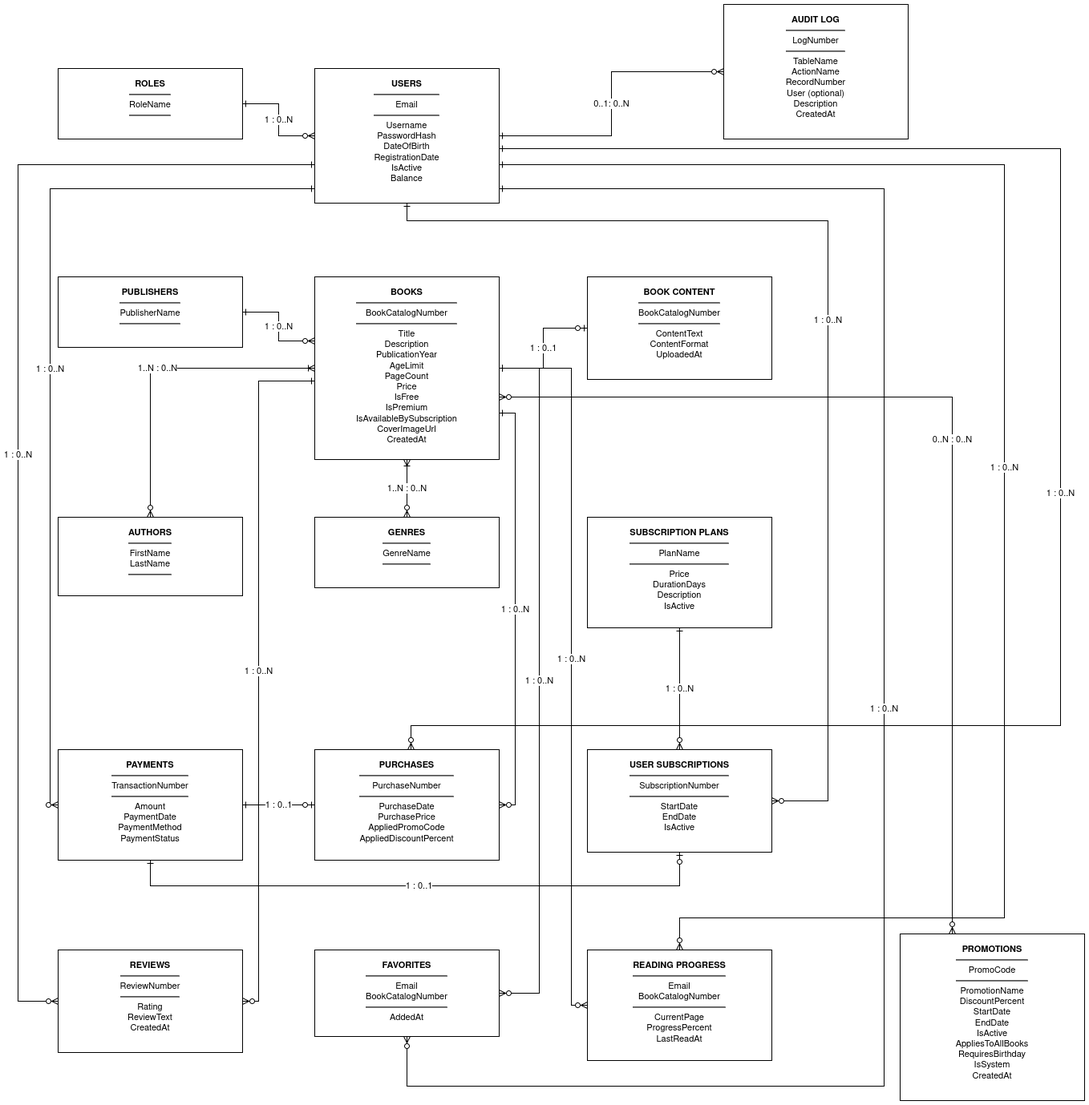
Before: models/ER_model.drawio.png, a diagram exported from draw.io (gioshek/Course_Work_DB_2026). Source tidied: cells renumbered, new cells last; positions are measured from the earlier drawing's top-left corner, leaving out a move shared by most shapes. Its diagram source:
```xml
<mxGraphModel>
  <root>
    <mxCell id="0" />
    <mxCell id="1" parent="0" />
    <object id="2" label="&lt;b&gt;%name%&lt;/b&gt;&lt;hr&gt;&lt;div align=&quot;center&quot;&gt;%identifiers%&lt;/div&gt;&lt;hr&gt;&lt;div align=&quot;center&quot;&gt;%attributes%&lt;/div&gt;" attributes="" identifiers="RoleName" name="ROLES" placeholders="1">
      <mxCell style="rounded=0;whiteSpace=wrap;html=1;fillColor=#ffffff;strokeColor=#000000;fontColor=#000000;align=center;verticalAlign=top;spacing=8;fontSize=11;" parent="1" vertex="1">
        <mxGeometry x="50" y="80" width="230" height="88" as="geometry" />
      </mxCell>
    </object>
    <object id="3" label="&lt;b&gt;%name%&lt;/b&gt;&lt;hr&gt;&lt;div align=&quot;center&quot;&gt;%identifiers%&lt;/div&gt;&lt;hr&gt;&lt;div align=&quot;center&quot;&gt;%attributes%&lt;/div&gt;" attributes="Username&lt;br&gt;PasswordHash&lt;br&gt;DateOfBirth&lt;br&gt;RegistrationDate&lt;br&gt;IsActive&lt;br&gt;Balance" identifiers="Email" name="USERS" placeholders="1">
      <mxCell style="rounded=0;whiteSpace=wrap;html=1;fillColor=#ffffff;strokeColor=#000000;fontColor=#000000;align=center;verticalAlign=top;spacing=8;fontSize=11;" parent="1" vertex="1">
        <mxGeometry x="370" y="80" width="230" height="168" as="geometry" />
      </mxCell>
    </object>
    <object id="4" label="&lt;b&gt;%name%&lt;/b&gt;&lt;hr&gt;&lt;div align=&quot;center&quot;&gt;%identifiers%&lt;/div&gt;&lt;hr&gt;&lt;div align=&quot;center&quot;&gt;%attributes%&lt;/div&gt;" attributes="TableName&lt;br&gt;ActionName&lt;br&gt;RecordNumber&lt;br&gt;User (optional)&lt;br&gt;Description&lt;br&gt;CreatedAt" identifiers="LogNumber" name="AUDIT LOG" placeholders="1">
      <mxCell style="rounded=0;whiteSpace=wrap;html=1;fillColor=#ffffff;strokeColor=#000000;fontColor=#000000;align=center;verticalAlign=top;spacing=8;fontSize=11;" parent="1" vertex="1">
        <mxGeometry x="880" width="230" height="168" as="geometry" />
      </mxCell>
    </object>
    <object id="5" label="&lt;b&gt;%name%&lt;/b&gt;&lt;hr&gt;&lt;div align=&quot;center&quot;&gt;%identifiers%&lt;/div&gt;&lt;hr&gt;&lt;div align=&quot;center&quot;&gt;%attributes%&lt;/div&gt;" attributes="" identifiers="PublisherName" name="PUBLISHERS" placeholders="1">
      <mxCell style="rounded=0;whiteSpace=wrap;html=1;fillColor=#ffffff;strokeColor=#000000;fontColor=#000000;align=center;verticalAlign=top;spacing=8;fontSize=11;" parent="1" vertex="1">
        <mxGeometry x="50" y="340" width="230" height="88" as="geometry" />
      </mxCell>
    </object>
    <object id="6" label="&lt;b&gt;%name%&lt;/b&gt;&lt;hr&gt;&lt;div align=&quot;center&quot;&gt;%identifiers%&lt;/div&gt;&lt;hr&gt;&lt;div align=&quot;center&quot;&gt;%attributes%&lt;/div&gt;" attributes="Title&lt;br&gt;Description&lt;br&gt;PublicationYear&lt;br&gt;AgeLimit&lt;br&gt;PageCount&lt;br&gt;Price&lt;br&gt;IsFree&lt;br&gt;IsPremium&lt;br&gt;IsAvailableBySubscription&lt;br&gt;CoverImageUrl&lt;br&gt;CreatedAt" identifiers="BookCatalogNumber" name="BOOKS" placeholders="1">
      <mxCell style="rounded=0;whiteSpace=wrap;html=1;fillColor=#ffffff;strokeColor=#000000;fontColor=#000000;align=center;verticalAlign=top;spacing=8;fontSize=11;" parent="1" vertex="1">
        <mxGeometry x="370" y="340" width="230" height="228" as="geometry" />
      </mxCell>
    </object>
    <object id="7" label="&lt;b&gt;%name%&lt;/b&gt;&lt;hr&gt;&lt;div align=&quot;center&quot;&gt;%identifiers%&lt;/div&gt;&lt;hr&gt;&lt;div align=&quot;center&quot;&gt;%attributes%&lt;/div&gt;" attributes="ContentText&lt;br&gt;ContentFormat&lt;br&gt;UploadedAt" identifiers="BookCatalogNumber" name="BOOK CONTENT" placeholders="1">
      <mxCell style="rounded=0;whiteSpace=wrap;html=1;fillColor=#ffffff;strokeColor=#000000;fontColor=#000000;align=center;verticalAlign=top;spacing=8;fontSize=11;" parent="1" vertex="1">
        <mxGeometry x="710" y="340" width="230" height="128" as="geometry" />
      </mxCell>
    </object>
    <object id="8" label="&lt;b&gt;%name%&lt;/b&gt;&lt;hr&gt;&lt;div align=&quot;center&quot;&gt;%identifiers%&lt;/div&gt;&lt;hr&gt;&lt;div align=&quot;center&quot;&gt;%attributes%&lt;/div&gt;" attributes="" identifiers="FirstName&lt;br&gt;LastName" name="AUTHORS" placeholders="1">
      <mxCell style="rounded=0;whiteSpace=wrap;html=1;fillColor=#ffffff;strokeColor=#000000;fontColor=#000000;align=center;verticalAlign=top;spacing=8;fontSize=11;" parent="1" vertex="1">
        <mxGeometry x="50" y="640" width="230" height="98" as="geometry" />
      </mxCell>
    </object>
    <object id="9" label="&lt;b&gt;%name%&lt;/b&gt;&lt;hr&gt;&lt;div align=&quot;center&quot;&gt;%identifiers%&lt;/div&gt;&lt;hr&gt;&lt;div align=&quot;center&quot;&gt;%attributes%&lt;/div&gt;" attributes="" identifiers="GenreName" name="GENRES" placeholders="1">
      <mxCell style="rounded=0;whiteSpace=wrap;html=1;fillColor=#ffffff;strokeColor=#000000;fontColor=#000000;align=center;verticalAlign=top;spacing=8;fontSize=11;" parent="1" vertex="1">
        <mxGeometry x="370" y="640" width="230" height="88" as="geometry" />
      </mxCell>
    </object>
    <object id="10" label="&lt;b&gt;%name%&lt;/b&gt;&lt;hr&gt;&lt;div align=&quot;center&quot;&gt;%identifiers%&lt;/div&gt;&lt;hr&gt;&lt;div align=&quot;center&quot;&gt;%attributes%&lt;/div&gt;" attributes="Price&lt;br&gt;DurationDays&lt;br&gt;Description&lt;br&gt;IsActive" identifiers="PlanName" name="SUBSCRIPTION PLANS" placeholders="1">
      <mxCell style="rounded=0;whiteSpace=wrap;html=1;fillColor=#ffffff;strokeColor=#000000;fontColor=#000000;align=center;verticalAlign=top;spacing=8;fontSize=11;" parent="1" vertex="1">
        <mxGeometry x="710" y="640" width="230" height="138" as="geometry" />
      </mxCell>
    </object>
    <object id="11" label="&lt;b&gt;%name%&lt;/b&gt;&lt;hr&gt;&lt;div align=&quot;center&quot;&gt;%identifiers%&lt;/div&gt;&lt;hr&gt;&lt;div align=&quot;center&quot;&gt;%attributes%&lt;/div&gt;" attributes="Amount&lt;br&gt;PaymentDate&lt;br&gt;PaymentMethod&lt;br&gt;PaymentStatus" identifiers="TransactionNumber" name="PAYMENTS" placeholders="1">
      <mxCell style="rounded=0;whiteSpace=wrap;html=1;fillColor=#ffffff;strokeColor=#000000;fontColor=#000000;align=center;verticalAlign=top;spacing=8;fontSize=11;" parent="1" vertex="1">
        <mxGeometry x="50" y="930" width="230" height="138" as="geometry" />
      </mxCell>
    </object>
    <object id="12" label="&lt;b&gt;%name%&lt;/b&gt;&lt;hr&gt;&lt;div align=&quot;center&quot;&gt;%identifiers%&lt;/div&gt;&lt;hr&gt;&lt;div align=&quot;center&quot;&gt;%attributes%&lt;/div&gt;" attributes="PurchaseDate&lt;br&gt;PurchasePrice&lt;br&gt;AppliedPromoCode&lt;br&gt;AppliedDiscountPercent" identifiers="PurchaseNumber" name="PURCHASES" placeholders="1">
      <mxCell style="rounded=0;whiteSpace=wrap;html=1;fillColor=#ffffff;strokeColor=#000000;fontColor=#000000;align=center;verticalAlign=top;spacing=8;fontSize=11;" parent="1" vertex="1">
        <mxGeometry x="370" y="930" width="230" height="138" as="geometry" />
      </mxCell>
    </object>
    <object id="13" label="&lt;b&gt;%name%&lt;/b&gt;&lt;hr&gt;&lt;div align=&quot;center&quot;&gt;%identifiers%&lt;/div&gt;&lt;hr&gt;&lt;div align=&quot;center&quot;&gt;%attributes%&lt;/div&gt;" attributes="StartDate&lt;br&gt;EndDate&lt;br&gt;IsActive" identifiers="SubscriptionNumber" name="USER SUBSCRIPTIONS" placeholders="1">
      <mxCell style="rounded=0;whiteSpace=wrap;html=1;fillColor=#ffffff;strokeColor=#000000;fontColor=#000000;align=center;verticalAlign=top;spacing=8;fontSize=11;" parent="1" vertex="1">
        <mxGeometry x="710" y="930" width="230" height="128" as="geometry" />
      </mxCell>
    </object>
    <object id="14" label="&lt;b&gt;%name%&lt;/b&gt;&lt;hr&gt;&lt;div align=&quot;center&quot;&gt;%identifiers%&lt;/div&gt;&lt;hr&gt;&lt;div align=&quot;center&quot;&gt;%attributes%&lt;/div&gt;" attributes="Rating&lt;br&gt;ReviewText&lt;br&gt;CreatedAt" identifiers="ReviewNumber" name="REVIEWS" placeholders="1">
      <mxCell style="rounded=0;whiteSpace=wrap;html=1;fillColor=#ffffff;strokeColor=#000000;fontColor=#000000;align=center;verticalAlign=top;spacing=8;fontSize=11;" parent="1" vertex="1">
        <mxGeometry x="50" y="1180" width="230" height="128" as="geometry" />
      </mxCell>
    </object>
    <object id="15" label="&lt;b&gt;%name%&lt;/b&gt;&lt;hr&gt;&lt;div align=&quot;center&quot;&gt;%identifiers%&lt;/div&gt;&lt;hr&gt;&lt;div align=&quot;center&quot;&gt;%attributes%&lt;/div&gt;" attributes="AddedAt" identifiers="Email&lt;br&gt;BookCatalogNumber" name="FAVORITES" placeholders="1">
      <mxCell style="rounded=0;whiteSpace=wrap;html=1;fillColor=#ffffff;strokeColor=#000000;fontColor=#000000;align=center;verticalAlign=top;spacing=8;fontSize=11;" parent="1" vertex="1">
        <mxGeometry x="370" y="1180" width="230" height="108" as="geometry" />
      </mxCell>
    </object>
    <object id="16" label="&lt;b&gt;%name%&lt;/b&gt;&lt;hr&gt;&lt;div align=&quot;center&quot;&gt;%identifiers%&lt;/div&gt;&lt;hr&gt;&lt;div align=&quot;center&quot;&gt;%attributes%&lt;/div&gt;" attributes="CurrentPage&lt;br&gt;ProgressPercent&lt;br&gt;LastReadAt" identifiers="Email&lt;br&gt;BookCatalogNumber" name="READING PROGRESS" placeholders="1">
      <mxCell style="rounded=0;whiteSpace=wrap;html=1;fillColor=#ffffff;strokeColor=#000000;fontColor=#000000;align=center;verticalAlign=top;spacing=8;fontSize=11;" parent="1" vertex="1">
        <mxGeometry x="710" y="1180" width="230" height="138" as="geometry" />
      </mxCell>
    </object>
    <object id="17" label="&lt;b&gt;%name%&lt;/b&gt;&lt;hr&gt;&lt;div align=&quot;center&quot;&gt;%identifiers%&lt;/div&gt;&lt;hr&gt;&lt;div align=&quot;center&quot;&gt;%attributes%&lt;/div&gt;" attributes="PromotionName&lt;br&gt;DiscountPercent&lt;br&gt;StartDate&lt;br&gt;EndDate&lt;br&gt;IsActive&lt;br&gt;AppliesToAllBooks&lt;br&gt;RequiresBirthday&lt;br&gt;IsSystem&lt;br&gt;CreatedAt" identifiers="PromoCode" name="PROMOTIONS" placeholders="1">
      <mxCell style="rounded=0;whiteSpace=wrap;html=1;fillColor=#ffffff;strokeColor=#000000;fontColor=#000000;align=center;verticalAlign=top;spacing=8;fontSize=11;" parent="1" vertex="1">
        <mxGeometry x="1100" y="1160" width="230" height="208" as="geometry" />
      </mxCell>
    </object>
    <mxCell id="18" value="1 : 0..N" style="edgeStyle=orthogonalEdgeStyle;rounded=0;html=1;strokeColor=#000000;fontColor=#000000;startArrow=ERone;endArrow=ERzeroToMany;" parent="1" edge="1" source="2" target="3">
      <mxGeometry relative="1" as="geometry" />
    </mxCell>
    <mxCell id="19" value="&lt;div&gt;0..1: 0..N&lt;/div&gt;" style="edgeStyle=orthogonalEdgeStyle;rounded=0;html=1;strokeColor=#000000;fontColor=#000000;startArrow=ERone;endArrow=ERzeroToMany;" parent="1" edge="1" source="3" target="4">
      <mxGeometry relative="1" as="geometry" />
    </mxCell>
    <mxCell id="20" value="1 : 0..N" style="edgeStyle=orthogonalEdgeStyle;rounded=0;html=1;strokeColor=#000000;fontColor=#000000;startArrow=ERone;endArrow=ERzeroToMany;" parent="1" edge="1" source="5" target="6">
      <mxGeometry relative="1" as="geometry">
        <Array as="points">
          <mxPoint x="325" y="384" />
          <mxPoint x="325" y="420" />
        </Array>
      </mxGeometry>
    </mxCell>
    <mxCell id="21" value="1 : 0..1" style="edgeStyle=orthogonalEdgeStyle;rounded=0;html=1;strokeColor=#000000;fontColor=#000000;startArrow=ERone;endArrow=ERzeroToOne;" parent="1" edge="1" source="6" target="7">
      <mxGeometry relative="1" as="geometry" />
    </mxCell>
    <mxCell id="22" value="1..N : 0..N" style="edgeStyle=orthogonalEdgeStyle;rounded=0;html=1;strokeColor=#000000;fontColor=#000000;startArrow=ERoneToMany;endArrow=ERzeroToMany;" parent="1" edge="1" source="6" target="8">
      <mxGeometry relative="1" as="geometry" />
    </mxCell>
    <mxCell id="23" value="1..N : 0..N" style="edgeStyle=orthogonalEdgeStyle;rounded=0;html=1;strokeColor=#000000;fontColor=#000000;startArrow=ERoneToMany;endArrow=ERzeroToMany;" parent="1" edge="1" source="6" target="9">
      <mxGeometry relative="1" as="geometry" />
    </mxCell>
    <mxCell id="24" value="1 : 0..N" style="edgeStyle=orthogonalEdgeStyle;rounded=0;html=1;strokeColor=#000000;fontColor=#000000;startArrow=ERone;endArrow=ERzeroToMany;" parent="1" edge="1" source="3" target="11">
      <mxGeometry relative="1" as="geometry">
        <Array as="points">
          <mxPoint x="40" y="230" />
          <mxPoint x="40" y="999" />
        </Array>
      </mxGeometry>
    </mxCell>
    <mxCell id="25" value="1 : 0..N" style="edgeStyle=orthogonalEdgeStyle;rounded=0;html=1;strokeColor=#000000;fontColor=#000000;startArrow=ERone;endArrow=ERzeroToMany;" parent="1" edge="1" source="3" target="12">
      <mxGeometry relative="1" as="geometry">
        <Array as="points">
          <mxPoint x="1300" y="180" />
          <mxPoint x="1300" y="900" />
          <mxPoint x="490" y="900" />
        </Array>
      </mxGeometry>
    </mxCell>
    <mxCell id="26" value="1 : 0..N" style="edgeStyle=orthogonalEdgeStyle;rounded=0;html=1;strokeColor=#000000;fontColor=#000000;startArrow=ERone;endArrow=ERzeroToMany;" parent="1" edge="1" source="6" target="12">
      <mxGeometry relative="1" as="geometry">
        <Array as="points">
          <mxPoint x="620" y="510" />
          <mxPoint x="620" y="999" />
        </Array>
      </mxGeometry>
    </mxCell>
    <mxCell id="27" value="1 : 0..1" style="edgeStyle=orthogonalEdgeStyle;rounded=0;html=1;strokeColor=#000000;fontColor=#000000;startArrow=ERone;endArrow=ERzeroToOne;" parent="1" edge="1" source="11" target="12">
      <mxGeometry relative="1" as="geometry" />
    </mxCell>
    <mxCell id="28" value="1 : 0..N" style="edgeStyle=orthogonalEdgeStyle;rounded=0;html=1;strokeColor=#000000;fontColor=#000000;startArrow=ERone;endArrow=ERzeroToMany;" parent="1" edge="1" source="10" target="13">
      <mxGeometry relative="1" as="geometry" />
    </mxCell>
    <mxCell id="29" value="1 : 0..N" style="edgeStyle=orthogonalEdgeStyle;rounded=0;html=1;strokeColor=#000000;fontColor=#000000;startArrow=ERone;endArrow=ERzeroToMany;" parent="1" edge="1" source="3" target="13">
      <mxGeometry relative="1" as="geometry">
        <Array as="points">
          <mxPoint x="485" y="270" />
          <mxPoint x="1010" y="270" />
          <mxPoint x="1010" y="994" />
        </Array>
      </mxGeometry>
    </mxCell>
    <mxCell id="30" value="1 : 0..1" style="edgeStyle=orthogonalEdgeStyle;rounded=0;html=1;strokeColor=#000000;fontColor=#000000;startArrow=ERone;endArrow=ERzeroToOne;" parent="1" edge="1" source="11" target="13">
      <mxGeometry relative="1" as="geometry">
        <Array as="points">
          <mxPoint x="165" y="1100" />
          <mxPoint x="825" y="1100" />
        </Array>
      </mxGeometry>
    </mxCell>
    <mxCell id="31" value="1 : 0..N" style="edgeStyle=orthogonalEdgeStyle;rounded=0;html=1;strokeColor=#000000;fontColor=#000000;startArrow=ERone;endArrow=ERzeroToMany;" parent="1" edge="1" source="3" target="14">
      <mxGeometry relative="1" as="geometry">
        <Array as="points">
          <mxPoint y="200" />
          <mxPoint y="1244" />
        </Array>
      </mxGeometry>
    </mxCell>
    <mxCell id="32" value="1 : 0..N" style="edgeStyle=orthogonalEdgeStyle;rounded=0;html=1;strokeColor=#000000;fontColor=#000000;startArrow=ERone;endArrow=ERzeroToMany;" parent="1" edge="1" source="6" target="14">
      <mxGeometry relative="1" as="geometry">
        <Array as="points">
          <mxPoint x="300" y="470" />
          <mxPoint x="300" y="1244" />
        </Array>
      </mxGeometry>
    </mxCell>
    <mxCell id="33" value="1 : 0..N" style="edgeStyle=orthogonalEdgeStyle;rounded=0;html=1;strokeColor=#000000;fontColor=#000000;startArrow=ERone;endArrow=ERzeroToMany;" parent="1" edge="1" source="3" target="15">
      <mxGeometry relative="1" as="geometry">
        <Array as="points">
          <mxPoint x="1080" y="230" />
          <mxPoint x="1080" y="1350" />
          <mxPoint x="485" y="1350" />
        </Array>
      </mxGeometry>
    </mxCell>
    <mxCell id="34" value="1 : 0..N" style="edgeStyle=orthogonalEdgeStyle;rounded=0;html=1;strokeColor=#000000;fontColor=#000000;startArrow=ERone;endArrow=ERzeroToMany;" parent="1" edge="1" source="6" target="15">
      <mxGeometry relative="1" as="geometry">
        <Array as="points">
          <mxPoint x="650" y="454" />
          <mxPoint x="650" y="1234" />
        </Array>
      </mxGeometry>
    </mxCell>
    <mxCell id="35" value="1 : 0..N" style="edgeStyle=orthogonalEdgeStyle;rounded=0;html=1;strokeColor=#000000;fontColor=#000000;startArrow=ERone;endArrow=ERzeroToMany;" parent="1" edge="1" source="3" target="16">
      <mxGeometry relative="1" as="geometry">
        <Array as="points">
          <mxPoint x="1230" y="200" />
          <mxPoint x="1230" y="1140" />
          <mxPoint x="825" y="1140" />
        </Array>
      </mxGeometry>
    </mxCell>
    <mxCell id="36" value="1 : 0..N" style="edgeStyle=orthogonalEdgeStyle;rounded=0;html=1;strokeColor=#000000;fontColor=#000000;startArrow=ERone;endArrow=ERzeroToMany;" parent="1" edge="1" source="6" target="16">
      <mxGeometry relative="1" as="geometry">
        <Array as="points">
          <mxPoint x="690" y="454" />
          <mxPoint x="690" y="1249" />
        </Array>
      </mxGeometry>
    </mxCell>
    <mxCell id="37" value="0..N : 0..N" style="edgeStyle=orthogonalEdgeStyle;rounded=0;html=1;strokeColor=#000000;fontColor=#000000;startArrow=ERzeroToMany;endArrow=ERzeroToMany;" parent="1" edge="1" source="6" target="17">
      <mxGeometry relative="1" as="geometry">
        <Array as="points">
          <mxPoint x="1165" y="490" />
        </Array>
      </mxGeometry>
    </mxCell>
  </root>
</mxGraphModel>
```
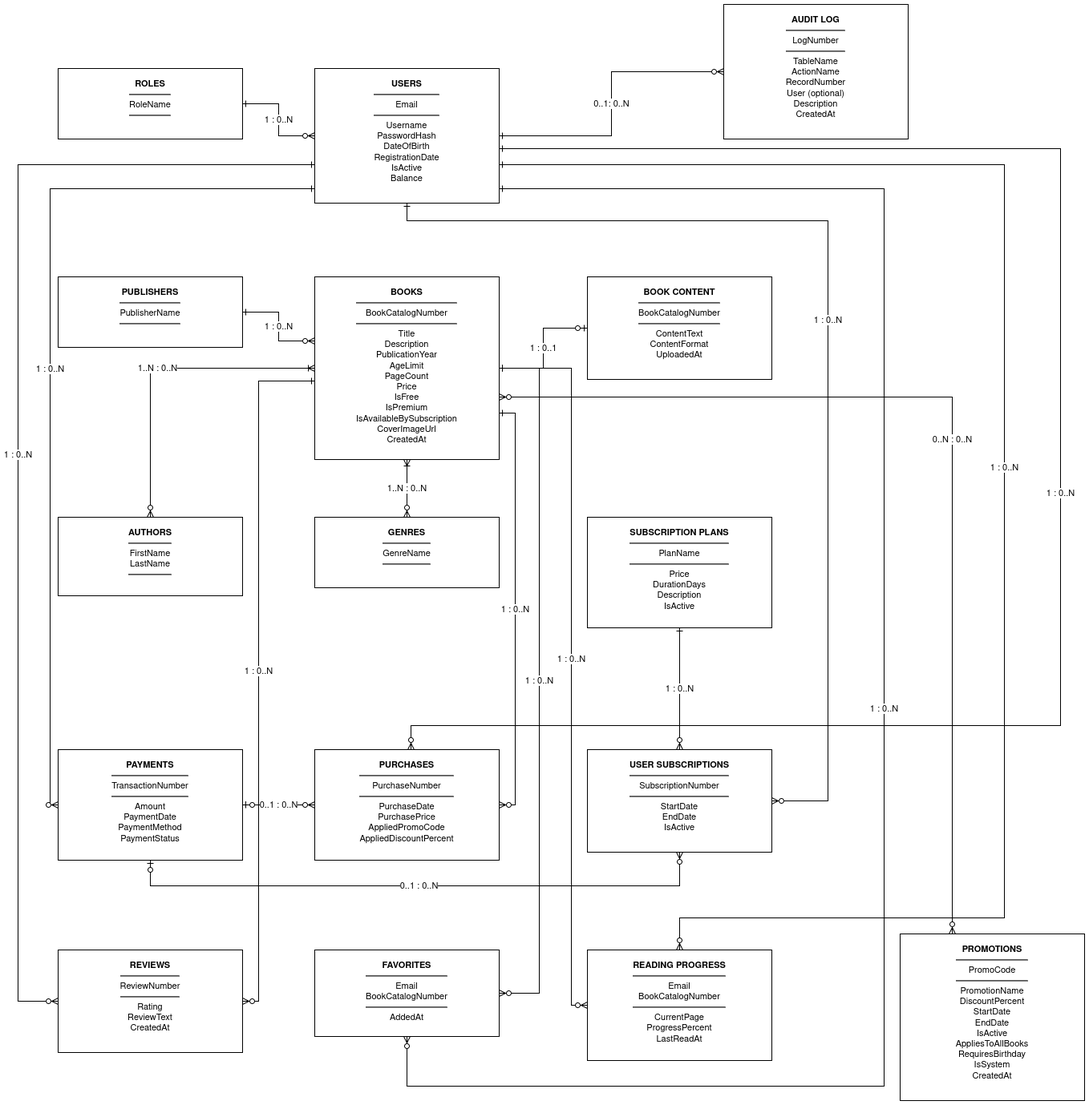
After the change.

Commit message:
Fix payment cardinalities in ER model

Diff of the diagram source:
```diff
@@ -130,7 +130,7 @@
         </Array>
       </mxGeometry>
     </mxCell>
-    <mxCell id="27" value="1 : 0..1" style="edgeStyle=orthogonalEdgeStyle;rounded=0;html=1;strokeColor=#000000;fontColor=#000000;startArrow=ERone;endArrow=ERzeroToOne;" parent="1" edge="1" source="11" target="12">
+    <mxCell id="27" value="&lt;div&gt;0..1 : 0..N&lt;/div&gt;" style="edgeStyle=orthogonalEdgeStyle;rounded=0;html=1;strokeColor=#000000;fontColor=#000000;startArrow=ERzeroToOne;endArrow=ERzeroToMany;endFill=0;startFill=0;" parent="1" edge="1" source="11" target="12">
       <mxGeometry relative="1" as="geometry" />
     </mxCell>
     <mxCell id="28" value="1 : 0..N" style="edgeStyle=orthogonalEdgeStyle;rounded=0;html=1;strokeColor=#000000;fontColor=#000000;startArrow=ERone;endArrow=ERzeroToMany;" parent="1" edge="1" source="10" target="13">
@@ -145,7 +145,7 @@
         </Array>
       </mxGeometry>
     </mxCell>
-    <mxCell id="30" value="1 : 0..1" style="edgeStyle=orthogonalEdgeStyle;rounded=0;html=1;strokeColor=#000000;fontColor=#000000;startArrow=ERone;endArrow=ERzeroToOne;" parent="1" edge="1" source="11" target="13">
+    <mxCell id="30" value="0..1 : 0..N" style="edgeStyle=orthogonalEdgeStyle;rounded=0;html=1;strokeColor=#000000;fontColor=#000000;startArrow=ERzeroToOne;endArrow=ERzeroToMany;endFill=0;startFill=0;" parent="1" edge="1" source="11" target="13">
       <mxGeometry relative="1" as="geometry">
         <Array as="points">
           <mxPoint x="165" y="1100" />
```
